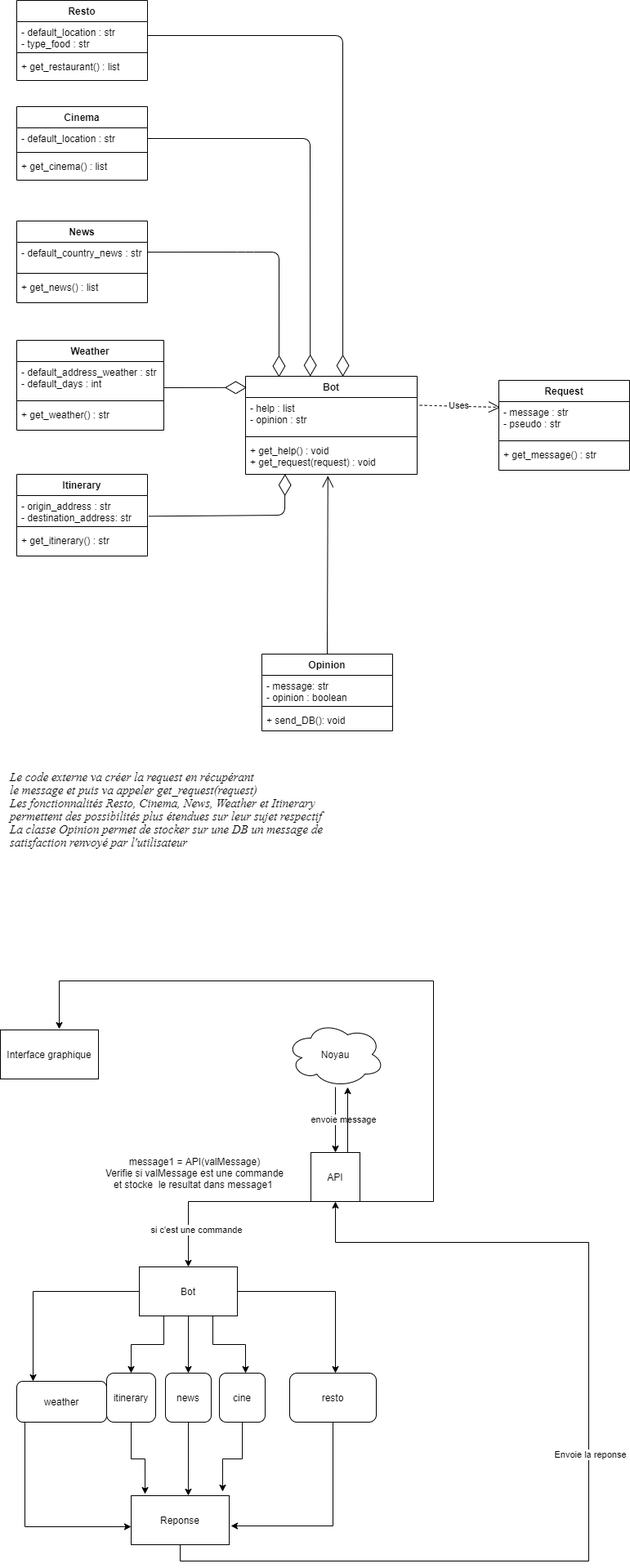
The draw.io diagram UML_PyP.png in mquadu/noyau_devII_2TM2, before a commit. Source tidied: cells renumbered, new cells last; positions are measured from the earlier drawing's top-left corner, leaving out a move shared by most shapes.
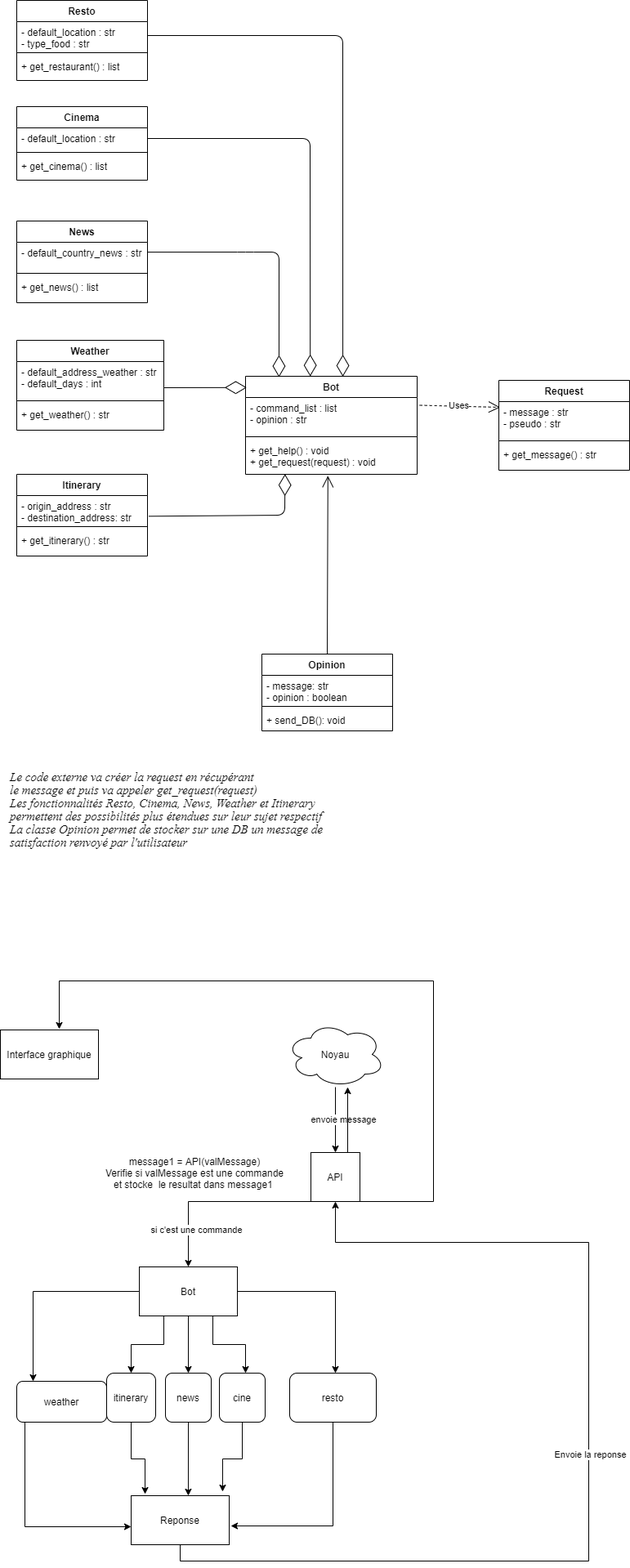
The same file after the commit.

Commit message:
schema archi + uml correction

Change to the diagram source:
```diff
@@ -122,7 +122,7 @@
     <mxCell id="29" value="Bot" style="swimlane;fontStyle=1;align=center;verticalAlign=top;horizontal=1;startSize=26;" parent="1" vertex="1">
       <mxGeometry x="300" y="460" width="210" height="120" as="geometry" />
     </mxCell>
-    <mxCell id="30" value="- help : list&#10;- opinion : str&#10;" style="text;strokeColor=none;fillColor=none;align=left;verticalAlign=top;spacingLeft=4;spacingRight=4;overflow=hidden;points=[[0,0.5],[1,0.5]];portConstraint=eastwest;" parent="29" vertex="1">
+    <mxCell id="30" value="- command_list : list&#10;- opinion : str&#10;" style="text;strokeColor=none;fillColor=none;align=left;verticalAlign=top;spacingLeft=4;spacingRight=4;overflow=hidden;points=[[0,0.5],[1,0.5]];portConstraint=eastwest;" parent="29" vertex="1">
       <mxGeometry y="26" width="210" height="44" as="geometry" />
     </mxCell>
     <mxCell id="31" style="line;strokeWidth=1;fillColor=none;align=left;verticalAlign=middle;spacingTop=-1;spacingLeft=3;spacingRight=3;labelPosition=right;" parent="29" vertex="1">
```
